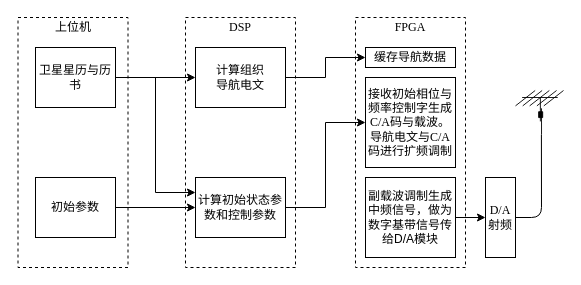
RunningManlt/bj18 keeps this draw.io diagram as page "第 4 页" (4 of 8) of 未命名绘图111.drawio. Above is the earlier version. Source tidied: cells renumbered, new cells numbered last; positions are measured from the earlier drawing's top-left corner, leaving out a move shared by most shapes. Both pictures are drawn from the tidied source at 100%, with x=0, y=0 at pixel (17, 17).
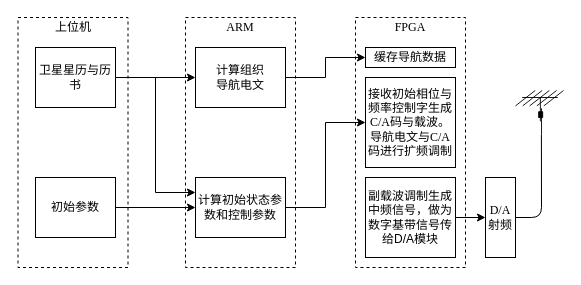
Above is the later version.

Change to the diagram source:
```diff
@@
-    <mxCell id="22" value="&lt;font face=&quot;Times New Roman&quot;&gt;DSP&lt;/font&gt;" style="text;html=1;strokeColor=none;fillColor=none;align=center;verticalAlign=middle;whiteSpace=wrap;rounded=0;" parent="1" vertex="1">
+    <mxCell id="22" value="&lt;font face=&quot;Times New Roman&quot;&gt;ARM&lt;/font&gt;" style="text;html=1;strokeColor=none;fillColor=none;align=center;verticalAlign=middle;whiteSpace=wrap;rounded=0;" parent="1" vertex="1">
       <mxGeometry x="203" width="40" height="20" as="geometry" />
     </mxCell>
```
